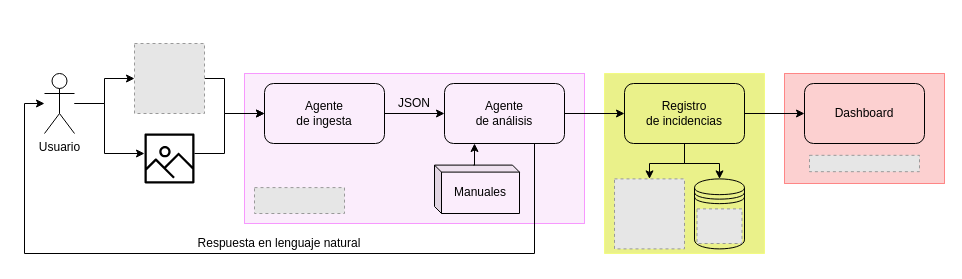
Earlier version of the draw.io diagram imgs/arquitectura/arquitectura.drawio (jmtc7/unir_q2a3_tfm). Source tidied: cells renumbered, new cells numbered last; positions are measured from the earlier drawing's top-left corner, leaving out a move shared by most shapes. Both pictures are drawn from the tidied source at 100%, with x=0, y=0 at pixel (24, 43). Pictures stored in the file or linked from it are replaced by grey dashed boxes.
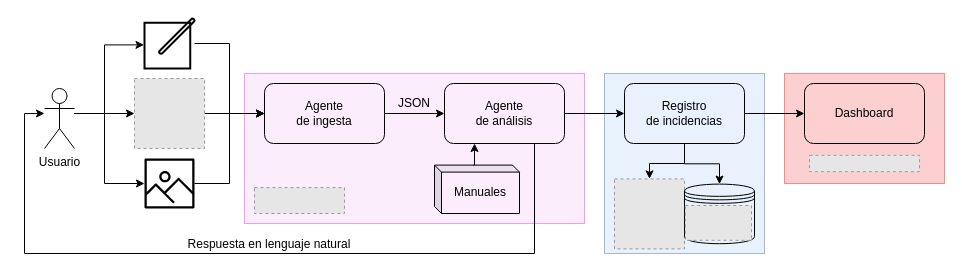
After the change.

Commit message (it also covers changes not shown here):
Actualizar diagrama arquitectura

The change refers to these unchanged cells:
```xml
<mxCell id="10" value="&lt;div&gt;Agente&lt;/div&gt;&lt;div&gt;de ingesta&lt;/div&gt;" style="rounded=1;whiteSpace=wrap;html=1;fillColor=none;" parent="1" vertex="1">
  <mxGeometry x="240" y="40" width="120" height="60" as="geometry" />
</mxCell>
<mxCell id="13" value="&lt;div&gt;Agente&lt;/div&gt;&lt;div&gt;de análisis&lt;/div&gt;" style="rounded=1;whiteSpace=wrap;html=1;fillColor=none;" parent="1" vertex="1">
  <mxGeometry x="420" y="40" width="120" height="60" as="geometry" />
</mxCell>
<mxCell id="17" value="&lt;div&gt;Registro&lt;/div&gt;&lt;div&gt;de incidencias&lt;/div&gt;" style="rounded=1;whiteSpace=wrap;html=1;fillColor=none;" parent="1" vertex="1">
  <mxGeometry x="600" y="40" width="120" height="60" as="geometry" />
</mxCell>
```

Diff of the diagram source:
```diff
@@
-    <mxCell id="4" style="rounded=0;whiteSpace=wrap;html=1;fillColor=#D5E31680;strokeColor=light-dark(#F2FF4280,#FFF95180);perimeterSpacing=3;" parent="1" vertex="1">
+    <mxCell id="4" style="rounded=0;whiteSpace=wrap;html=1;fillColor=#dae8fc;strokeColor=#6c8ebf;perimeterSpacing=3;gradientColor=none;opacity=60;" parent="1" vertex="1">
       <mxGeometry x="580" y="30" width="160" height="180" as="geometry" />
     </mxCell>
     <mxCell id="5" style="edgeStyle=orthogonalEdgeStyle;rounded=0;jettySize=auto;html=1;entryX=0;entryY=0.5;entryDx=0;entryDy=0;" parent="1" edge="1" source="6" target="10">
-      <mxGeometry relative="1" as="geometry">
-        <Array as="points">
-          <mxPoint x="200" y="110" />
-          <mxPoint x="200" y="70" />
-        </Array>
-      </mxGeometry>
+      <mxGeometry relative="1" as="geometry" />
     </mxCell>
     <mxCell id="6" style="sketch=0;outlineConnect=0;fontColor=#232F3E;gradientColor=none;fillColor=light-dark(#000000,#2CC2F7);strokeColor=none;dashed=0;verticalLabelPosition=bottom;verticalAlign=top;align=center;html=1;fontSize=12;fontStyle=0;shape=mxgraph.aws4.container_registry_image;" parent="1" vertex="1">
-      <mxGeometry x="120" y="90" width="50" height="50" as="geometry" />
+      <mxGeometry x="120" y="115" width="50" height="50" as="geometry" />
     </mxCell>
-    <mxCell id="7" style="edgeStyle=orthogonalEdgeStyle;rounded=0;jettySize=auto;html=1;exitX=1;exitY=0.5;exitDx=0;exitDy=0;" parent="1" edge="1" source="8" target="10">
-      <mxGeometry relative="1" as="geometry">
-        <Array as="points">
-          <mxPoint x="200" y="35" />
-          <mxPoint x="200" y="70" />
-        </Array>
-      </mxGeometry>
+    <mxCell id="7" style="edgeStyle=orthogonalEdgeStyle;rounded=0;jettySize=auto;html=1;entryX=0;entryY=0.5;entryDx=0;entryDy=0;" parent="1" edge="1" source="8" target="10">
+      <mxGeometry relative="1" as="geometry" />
     </mxCell>
     <mxCell id="8" style="fillColor=#E6E6E6;strokeColor=#999999;dashed=1;html=1;verticalAlign=top;verticalLabelPosition=bottom;labelBackgroundColor=#d80073;fontColor=#ffffff;" parent="1" vertex="1">
-      <mxGeometry x="110" width="70" height="70" as="geometry" />
+      <mxGeometry x="110" y="35" width="70" height="70" as="geometry" />
     </mxCell>
@@
     <mxCell id="12" style="edgeStyle=orthogonalEdgeStyle;rounded=0;jettySize=auto;html=1;" parent="1" edge="1" source="13" target="27">
       <mxGeometry relative="1" as="geometry">
         <Array as="points">
           <mxPoint x="510" y="210" />
           <mxPoint y="210" />
-          <mxPoint y="60" />
+          <mxPoint y="70" />
         </Array>
       </mxGeometry>
     </mxCell>
@@
     <mxCell id="16" style="edgeStyle=orthogonalEdgeStyle;rounded=0;jettySize=auto;html=1;exitX=0.5;exitY=1;exitDx=0;exitDy=0;entryX=0.5;entryY=0;entryDx=0;entryDy=0;" parent="1" edge="1" source="17" target="20">
-      <mxGeometry relative="1" as="geometry">
-        <Array as="points">
-          <mxPoint x="660" y="120" />
-          <mxPoint x="695" y="120" />
-        </Array>
-      </mxGeometry>
+      <mxGeometry relative="1" as="geometry" />
     </mxCell>
@@
     <mxCell id="20" style="shape=datastore;whiteSpace=wrap;html=1;fillColor=none;" parent="1" vertex="1">
-      <mxGeometry x="670" y="135.4" width="50" height="70" as="geometry" />
+      <mxGeometry x="660" y="140.6" width="70" height="59.6" as="geometry" />
     </mxCell>
@@
-    <mxCell id="23" style="fillColor=#E6E6E6;strokeColor=#999999;dashed=1;verticalLabelPosition=bottom;labelBackgroundColor=default;verticalAlign=top;" parent="1" vertex="1">
-      <mxGeometry x="672.5" y="165.4" width="45" height="34.6" as="geometry" />
-    </mxCell>
@@
+    <mxCell id="26" style="edgeStyle=orthogonalEdgeStyle;rounded=0;jettySize=auto;html=1;" parent="1" edge="1" source="27" target="8">
+      <mxGeometry relative="1" as="geometry">
+        <Array as="points">
+          <mxPoint x="60" y="70" />
+          <mxPoint x="60" y="70" />
+        </Array>
+      </mxGeometry>
+    </mxCell>
     <mxCell id="25" style="edgeStyle=orthogonalEdgeStyle;rounded=0;jettySize=auto;html=1;" parent="1" edge="1" source="27" target="6">
       <mxGeometry relative="1" as="geometry">
         <Array as="points">
-          <mxPoint x="80" y="60" />
-          <mxPoint x="80" y="110" />
+          <mxPoint x="80" y="70" />
+          <mxPoint x="80" y="140" />
         </Array>
       </mxGeometry>
     </mxCell>
-    <mxCell id="26" style="edgeStyle=orthogonalEdgeStyle;rounded=0;jettySize=auto;html=1;entryX=0;entryY=0.5;entryDx=0;entryDy=0;" parent="1" edge="1" source="27" target="8">
-      <mxGeometry relative="1" as="geometry">
-        <Array as="points">
-          <mxPoint x="80" y="60" />
-          <mxPoint x="80" y="35" />
-        </Array>
-      </mxGeometry>
-    </mxCell>
     <mxCell id="27" value="Usuario" style="shape=umlActor;verticalLabelPosition=bottom;verticalAlign=top;html=1;outlineConnect=0;fillColor=none;" parent="1" vertex="1">
-      <mxGeometry x="20" y="30" width="30" height="60" as="geometry" />
+      <mxGeometry x="20" y="45" width="30" height="60" as="geometry" />
     </mxCell>
     <mxCell id="28" value="Respuesta en lenguaje natural" style="text;html=1;whiteSpace=wrap;strokeColor=none;fillColor=none;align=center;verticalAlign=middle;rounded=0;" parent="1" vertex="1">
-      <mxGeometry x="170" y="185" width="170" height="30" as="geometry" />
+      <mxGeometry x="160" y="186" width="170" height="30" as="geometry" />
     </mxCell>
@@
+    <mxCell id="31" style="edgeStyle=orthogonalEdgeStyle;rounded=0;jettySize=auto;html=1;entryX=0;entryY=0.5;entryDx=0;entryDy=0;" parent="1" edge="1" source="32" target="10">
+      <mxGeometry relative="1" as="geometry" />
+    </mxCell>
+    <mxCell id="32" style="html=1;verticalLabelPosition=bottom;align=center;labelBackgroundColor=#ffffff;verticalAlign=top;strokeWidth=2;strokeColor=#000000;shadow=0;dashed=0;shape=mxgraph.ios7.icons.edit;fillColor=none;" parent="1" vertex="1">
+      <mxGeometry x="120" y="-25" width="50" height="50" as="geometry" />
+    </mxCell>
+    <mxCell id="33" style="edgeStyle=orthogonalEdgeStyle;rounded=0;jettySize=auto;html=1;entryX=-0.01;entryY=0.528;entryDx=0;entryDy=0;entryPerimeter=0;" parent="1" edge="1" source="27" target="32">
+      <mxGeometry relative="1" as="geometry">
+        <Array as="points">
+          <mxPoint x="80" y="70" />
+          <mxPoint x="80" y="1" />
+        </Array>
+      </mxGeometry>
+    </mxCell>
+    <mxCell id="34" style="fillColor=#E6E6E6;strokeColor=#999999;dashed=1;verticalLabelPosition=bottom;labelBackgroundColor=default;verticalAlign=top;" parent="1" vertex="1">
+      <mxGeometry x="660.8" y="162" width="66.2" height="34.8" as="geometry" />
+    </mxCell>
```
